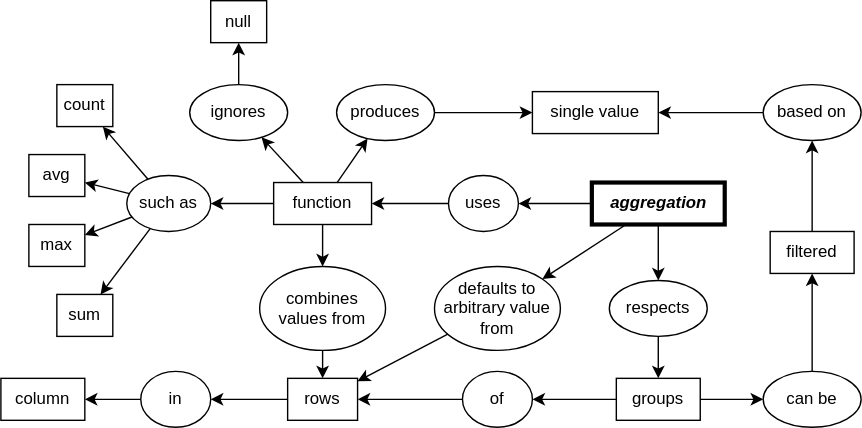
gvwilson/sql-tutorial keeps this draw.io diagram as res/img/concept_map_aggregate.svg. Above is the earlier version. Source tidied: cells renumbered, new cells last; positions are measured from the earlier drawing's top-left corner, leaving out a move shared by most shapes.
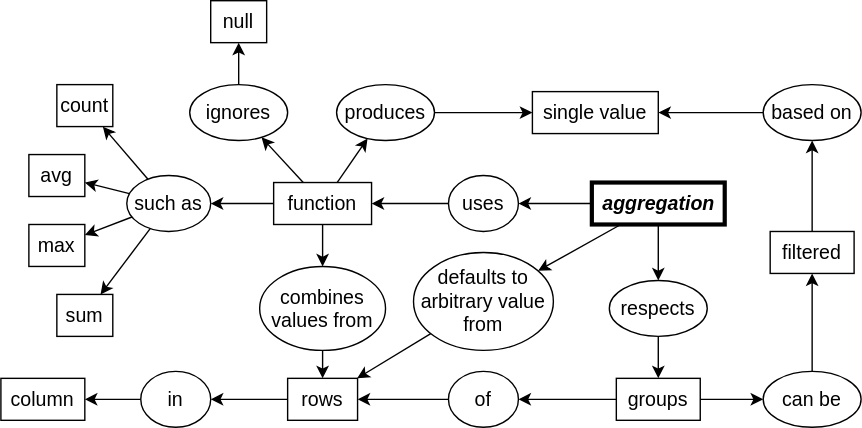
After the change.

The edit, as a diff of the source:
```diff
@@ -2,148 +2,148 @@
   <root>
     <mxCell id="0" />
     <mxCell id="1" parent="0" />
-    <mxCell id="2" value="&lt;i style=&quot;font-size: 12px;&quot;&gt;&lt;b style=&quot;font-size: 12px;&quot;&gt;aggregation&lt;/b&gt;&lt;/i&gt;" style="rounded=0;whiteSpace=wrap;html=1;fillColor=none;fontSize=12;strokeWidth=3;" parent="1" vertex="1">
+    <mxCell id="2" value="&lt;i style=&quot;font-size: 14px;&quot;&gt;&lt;b style=&quot;font-size: 14px;&quot;&gt;aggregation&lt;/b&gt;&lt;/i&gt;" style="rounded=0;whiteSpace=wrap;html=1;fillColor=none;fontSize=14;strokeWidth=3;" parent="1" vertex="1">
       <mxGeometry x="422.5" y="130" width="95" height="30" as="geometry" />
     </mxCell>
-    <mxCell id="3" value="combines&lt;br style=&quot;font-size: 12px;&quot;&gt;values from" style="ellipse;whiteSpace=wrap;html=1;fillColor=none;fontSize=12;" parent="1" vertex="1">
+    <mxCell id="3" value="combines&lt;br style=&quot;font-size: 14px;&quot;&gt;values from" style="ellipse;whiteSpace=wrap;html=1;fillColor=none;fontSize=14;" parent="1" vertex="1">
       <mxGeometry x="185" y="190" width="90" height="60" as="geometry" />
     </mxCell>
-    <mxCell id="4" style="endArrow=classic;html=1;rounded=0;fontSize=12;" parent="1" edge="1" source="9" target="3">
+    <mxCell id="4" style="endArrow=classic;html=1;rounded=0;fontSize=14;" parent="1" edge="1" source="9" target="3">
       <mxGeometry relative="1" as="geometry" />
     </mxCell>
-    <mxCell id="5" value="rows" style="rounded=0;whiteSpace=wrap;html=1;fillColor=none;fontSize=12;" parent="1" vertex="1">
+    <mxCell id="5" value="rows" style="rounded=0;whiteSpace=wrap;html=1;fillColor=none;fontSize=14;" parent="1" vertex="1">
       <mxGeometry x="205" y="270" width="50" height="30" as="geometry" />
     </mxCell>
-    <mxCell id="6" style="endArrow=classic;html=1;rounded=0;fontSize=12;" parent="1" edge="1" source="3" target="5">
+    <mxCell id="6" style="endArrow=classic;html=1;rounded=0;fontSize=14;" parent="1" edge="1" source="3" target="5">
       <mxGeometry relative="1" as="geometry" />
     </mxCell>
-    <mxCell id="7" value="uses" style="ellipse;whiteSpace=wrap;html=1;fillColor=none;fontSize=12;" parent="1" vertex="1">
+    <mxCell id="7" value="uses" style="ellipse;whiteSpace=wrap;html=1;fillColor=none;fontSize=14;" parent="1" vertex="1">
       <mxGeometry x="320" y="125" width="50" height="40" as="geometry" />
     </mxCell>
-    <mxCell id="8" style="endArrow=classic;html=1;rounded=0;fontSize=12;" parent="1" edge="1" source="2" target="7">
+    <mxCell id="8" style="endArrow=classic;html=1;rounded=0;fontSize=14;" parent="1" edge="1" source="2" target="7">
       <mxGeometry relative="1" as="geometry" />
     </mxCell>
-    <mxCell id="9" value="function" style="rounded=0;whiteSpace=wrap;html=1;fillColor=none;fontSize=12;" parent="1" vertex="1">
+    <mxCell id="9" value="function" style="rounded=0;whiteSpace=wrap;html=1;fillColor=none;fontSize=14;" parent="1" vertex="1">
       <mxGeometry x="195" y="130" width="70" height="30" as="geometry" />
     </mxCell>
-    <mxCell id="10" style="endArrow=classic;html=1;rounded=0;fontSize=12;" parent="1" edge="1" source="7" target="9">
+    <mxCell id="10" style="endArrow=classic;html=1;rounded=0;fontSize=14;" parent="1" edge="1" source="7" target="9">
       <mxGeometry relative="1" as="geometry" />
     </mxCell>
-    <mxCell id="11" value="such as" style="ellipse;whiteSpace=wrap;html=1;fillColor=none;fontSize=12;" parent="1" vertex="1">
+    <mxCell id="11" value="such as" style="ellipse;whiteSpace=wrap;html=1;fillColor=none;fontSize=14;" parent="1" vertex="1">
       <mxGeometry x="90" y="125" width="60" height="40" as="geometry" />
     </mxCell>
-    <mxCell id="12" style="endArrow=classic;html=1;rounded=0;fontSize=12;" parent="1" edge="1" source="9" target="11">
+    <mxCell id="12" style="endArrow=classic;html=1;rounded=0;fontSize=14;" parent="1" edge="1" source="9" target="11">
       <mxGeometry relative="1" as="geometry" />
     </mxCell>
-    <mxCell id="13" value="sum" style="rounded=0;whiteSpace=wrap;html=1;fillColor=none;fontSize=12;" parent="1" vertex="1">
+    <mxCell id="13" value="sum" style="rounded=0;whiteSpace=wrap;html=1;fillColor=none;fontSize=14;" parent="1" vertex="1">
       <mxGeometry x="40" y="210" width="40" height="30" as="geometry" />
     </mxCell>
-    <mxCell id="14" value="max" style="rounded=0;whiteSpace=wrap;html=1;fillColor=none;fontSize=12;" parent="1" vertex="1">
+    <mxCell id="14" value="max" style="rounded=0;whiteSpace=wrap;html=1;fillColor=none;fontSize=14;" parent="1" vertex="1">
       <mxGeometry x="20" y="160" width="40" height="30" as="geometry" />
     </mxCell>
-    <mxCell id="15" value="avg" style="rounded=0;whiteSpace=wrap;html=1;fillColor=none;fontSize=12;" parent="1" vertex="1">
+    <mxCell id="15" value="avg" style="rounded=0;whiteSpace=wrap;html=1;fillColor=none;fontSize=14;" parent="1" vertex="1">
       <mxGeometry x="20" y="110" width="40" height="30" as="geometry" />
     </mxCell>
-    <mxCell id="16" value="count" style="rounded=0;whiteSpace=wrap;html=1;fillColor=none;fontSize=12;" parent="1" vertex="1">
+    <mxCell id="16" value="count" style="rounded=0;whiteSpace=wrap;html=1;fillColor=none;fontSize=14;" parent="1" vertex="1">
       <mxGeometry x="40" y="60" width="40" height="30" as="geometry" />
     </mxCell>
-    <mxCell id="17" style="endArrow=classic;html=1;rounded=0;fontSize=12;" parent="1" edge="1" source="11" target="16">
+    <mxCell id="17" style="endArrow=classic;html=1;rounded=0;fontSize=14;" parent="1" edge="1" source="11" target="16">
       <mxGeometry relative="1" as="geometry" />
     </mxCell>
-    <mxCell id="18" style="endArrow=classic;html=1;rounded=0;fontSize=12;" parent="1" edge="1" source="11" target="15">
+    <mxCell id="18" style="endArrow=classic;html=1;rounded=0;fontSize=14;" parent="1" edge="1" source="11" target="15">
       <mxGeometry relative="1" as="geometry" />
     </mxCell>
-    <mxCell id="19" style="endArrow=classic;html=1;rounded=0;fontSize=12;" parent="1" edge="1" source="11" target="14">
+    <mxCell id="19" style="endArrow=classic;html=1;rounded=0;fontSize=14;" parent="1" edge="1" source="11" target="14">
       <mxGeometry relative="1" as="geometry" />
     </mxCell>
-    <mxCell id="20" style="endArrow=classic;html=1;rounded=0;fontSize=12;" parent="1" edge="1" source="11" target="13">
+    <mxCell id="20" style="endArrow=classic;html=1;rounded=0;fontSize=14;" parent="1" edge="1" source="11" target="13">
       <mxGeometry relative="1" as="geometry" />
     </mxCell>
-    <mxCell id="21" value="column" style="rounded=0;whiteSpace=wrap;html=1;fillColor=none;fontSize=12;" parent="1" vertex="1">
+    <mxCell id="21" value="column" style="rounded=0;whiteSpace=wrap;html=1;fillColor=none;fontSize=14;" parent="1" vertex="1">
       <mxGeometry y="270" width="60" height="30" as="geometry" />
     </mxCell>
-    <mxCell id="22" value="in" style="ellipse;whiteSpace=wrap;html=1;fillColor=none;fontSize=12;" parent="1" vertex="1">
+    <mxCell id="22" value="in" style="ellipse;whiteSpace=wrap;html=1;fillColor=none;fontSize=14;" parent="1" vertex="1">
       <mxGeometry x="100" y="265" width="50" height="40" as="geometry" />
     </mxCell>
-    <mxCell id="23" style="endArrow=classic;html=1;rounded=0;fontSize=12;" parent="1" edge="1" source="5" target="22">
+    <mxCell id="23" style="endArrow=classic;html=1;rounded=0;fontSize=14;" parent="1" edge="1" source="5" target="22">
       <mxGeometry relative="1" as="geometry" />
     </mxCell>
-    <mxCell id="24" style="endArrow=classic;html=1;rounded=0;fontSize=12;" parent="1" edge="1" source="22" target="21">
+    <mxCell id="24" style="endArrow=classic;html=1;rounded=0;fontSize=14;" parent="1" edge="1" source="22" target="21">
       <mxGeometry relative="1" as="geometry" />
     </mxCell>
-    <mxCell id="25" value="respects" style="ellipse;whiteSpace=wrap;html=1;fillColor=none;fontSize=12;" parent="1" vertex="1">
+    <mxCell id="25" value="respects" style="ellipse;whiteSpace=wrap;html=1;fillColor=none;fontSize=14;" parent="1" vertex="1">
       <mxGeometry x="435" y="200" width="70" height="40" as="geometry" />
     </mxCell>
-    <mxCell id="26" style="endArrow=classic;html=1;rounded=0;fontSize=12;" parent="1" edge="1" source="2" target="25">
+    <mxCell id="26" style="endArrow=classic;html=1;rounded=0;fontSize=14;" parent="1" edge="1" source="2" target="25">
       <mxGeometry relative="1" as="geometry" />
     </mxCell>
-    <mxCell id="27" value="groups" style="rounded=0;whiteSpace=wrap;html=1;fillColor=none;fontSize=12;" parent="1" vertex="1">
+    <mxCell id="27" value="groups" style="rounded=0;whiteSpace=wrap;html=1;fillColor=none;fontSize=14;" parent="1" vertex="1">
       <mxGeometry x="440" y="270" width="60" height="30" as="geometry" />
     </mxCell>
-    <mxCell id="28" style="endArrow=classic;html=1;rounded=0;fontSize=12;" parent="1" edge="1" source="25" target="27">
+    <mxCell id="28" style="endArrow=classic;html=1;rounded=0;fontSize=14;" parent="1" edge="1" source="25" target="27">
       <mxGeometry relative="1" as="geometry" />
     </mxCell>
-    <mxCell id="29" value="of" style="ellipse;whiteSpace=wrap;html=1;fillColor=none;fontSize=12;" parent="1" vertex="1">
-      <mxGeometry x="330" y="265" width="50" height="40" as="geometry" />
+    <mxCell id="29" value="of" style="ellipse;whiteSpace=wrap;html=1;fillColor=none;fontSize=14;" parent="1" vertex="1">
+      <mxGeometry x="320" y="265" width="50" height="40" as="geometry" />
     </mxCell>
-    <mxCell id="30" style="endArrow=classic;html=1;rounded=0;fontSize=12;" parent="1" edge="1" source="27" target="29">
+    <mxCell id="30" style="endArrow=classic;html=1;rounded=0;fontSize=14;" parent="1" edge="1" source="27" target="29">
       <mxGeometry relative="1" as="geometry" />
     </mxCell>
-    <mxCell id="31" style="endArrow=classic;html=1;rounded=0;fontSize=12;" parent="1" edge="1" source="29" target="5">
+    <mxCell id="31" style="endArrow=classic;html=1;rounded=0;fontSize=14;" parent="1" edge="1" source="29" target="5">
       <mxGeometry relative="1" as="geometry" />
     </mxCell>
-    <mxCell id="32" value="single value" style="rounded=0;whiteSpace=wrap;html=1;fillColor=none;fontSize=12;" parent="1" vertex="1">
+    <mxCell id="32" value="single value" style="rounded=0;whiteSpace=wrap;html=1;fillColor=none;fontSize=14;" parent="1" vertex="1">
       <mxGeometry x="380" y="65" width="90" height="30" as="geometry" />
     </mxCell>
-    <mxCell id="33" value="produces" style="ellipse;whiteSpace=wrap;html=1;fillColor=none;fontSize=12;" parent="1" vertex="1">
+    <mxCell id="33" value="produces" style="ellipse;whiteSpace=wrap;html=1;fillColor=none;fontSize=14;" parent="1" vertex="1">
       <mxGeometry x="240" y="60" width="70" height="40" as="geometry" />
     </mxCell>
-    <mxCell id="34" style="endArrow=classic;html=1;rounded=0;fontSize=12;" parent="1" edge="1" source="9" target="33">
+    <mxCell id="34" style="endArrow=classic;html=1;rounded=0;fontSize=14;" parent="1" edge="1" source="9" target="33">
       <mxGeometry relative="1" as="geometry" />
     </mxCell>
-    <mxCell id="35" style="endArrow=classic;html=1;rounded=0;fontSize=12;" parent="1" edge="1" source="33" target="32">
+    <mxCell id="35" style="endArrow=classic;html=1;rounded=0;fontSize=14;" parent="1" edge="1" source="33" target="32">
       <mxGeometry relative="1" as="geometry" />
     </mxCell>
-    <mxCell id="36" value="can be" style="ellipse;whiteSpace=wrap;html=1;fillColor=none;fontSize=12;" parent="1" vertex="1">
+    <mxCell id="36" value="can be" style="ellipse;whiteSpace=wrap;html=1;fillColor=none;fontSize=14;" parent="1" vertex="1">
       <mxGeometry x="545" y="265" width="70" height="40" as="geometry" />
     </mxCell>
-    <mxCell id="37" style="endArrow=classic;html=1;rounded=0;fontSize=12;" parent="1" edge="1" source="27" target="36">
+    <mxCell id="37" style="endArrow=classic;html=1;rounded=0;fontSize=14;" parent="1" edge="1" source="27" target="36">
       <mxGeometry relative="1" as="geometry" />
     </mxCell>
-    <mxCell id="38" value="filtered" style="rounded=0;whiteSpace=wrap;html=1;fillColor=none;fontSize=12;" parent="1" vertex="1">
+    <mxCell id="38" value="filtered" style="rounded=0;whiteSpace=wrap;html=1;fillColor=none;fontSize=14;" parent="1" vertex="1">
       <mxGeometry x="550" y="165" width="60" height="30" as="geometry" />
     </mxCell>
-    <mxCell id="39" style="endArrow=classic;html=1;rounded=0;fontSize=12;" parent="1" edge="1" source="36" target="38">
+    <mxCell id="39" style="endArrow=classic;html=1;rounded=0;fontSize=14;" parent="1" edge="1" source="36" target="38">
       <mxGeometry relative="1" as="geometry" />
     </mxCell>
-    <mxCell id="40" value="based on" style="ellipse;whiteSpace=wrap;html=1;fillColor=none;fontSize=12;" parent="1" vertex="1">
+    <mxCell id="40" value="based on" style="ellipse;whiteSpace=wrap;html=1;fillColor=none;fontSize=14;" parent="1" vertex="1">
       <mxGeometry x="545" y="60" width="70" height="40" as="geometry" />
     </mxCell>
-    <mxCell id="41" style="endArrow=classic;html=1;rounded=0;fontSize=12;" parent="1" edge="1" source="38" target="40">
+    <mxCell id="41" style="endArrow=classic;html=1;rounded=0;fontSize=14;" parent="1" edge="1" source="38" target="40">
       <mxGeometry relative="1" as="geometry" />
     </mxCell>
-    <mxCell id="42" style="endArrow=classic;html=1;rounded=0;fontSize=12;" parent="1" edge="1" source="40" target="32">
+    <mxCell id="42" style="endArrow=classic;html=1;rounded=0;fontSize=14;" parent="1" edge="1" source="40" target="32">
       <mxGeometry relative="1" as="geometry" />
     </mxCell>
-    <mxCell id="43" value="ignores" style="ellipse;whiteSpace=wrap;html=1;fillColor=none;fontSize=12;" parent="1" vertex="1">
+    <mxCell id="43" value="ignores" style="ellipse;whiteSpace=wrap;html=1;fillColor=none;fontSize=14;" parent="1" vertex="1">
       <mxGeometry x="135" y="60" width="70" height="40" as="geometry" />
     </mxCell>
-    <mxCell id="44" value="null" style="rounded=0;whiteSpace=wrap;html=1;fillColor=none;fontSize=12;" parent="1" vertex="1">
+    <mxCell id="44" value="null" style="rounded=0;whiteSpace=wrap;html=1;fillColor=none;fontSize=14;" parent="1" vertex="1">
       <mxGeometry x="150" width="40" height="30" as="geometry" />
     </mxCell>
-    <mxCell id="45" style="endArrow=classic;html=1;rounded=0;fontSize=12;" parent="1" edge="1" source="43" target="44">
+    <mxCell id="45" style="endArrow=classic;html=1;rounded=0;fontSize=14;" parent="1" edge="1" source="43" target="44">
       <mxGeometry relative="1" as="geometry" />
     </mxCell>
-    <mxCell id="46" style="endArrow=classic;html=1;rounded=0;fontSize=12;" parent="1" edge="1" source="9" target="43">
+    <mxCell id="46" style="endArrow=classic;html=1;rounded=0;fontSize=14;" parent="1" edge="1" source="9" target="43">
       <mxGeometry relative="1" as="geometry" />
     </mxCell>
-    <mxCell id="47" value="defaults to&lt;br&gt;arbitrary value&lt;br&gt;from" style="ellipse;whiteSpace=wrap;html=1;fillColor=none;fontSize=12;" parent="1" vertex="1">
-      <mxGeometry x="310" y="190" width="90" height="60" as="geometry" />
+    <mxCell id="47" value="defaults to&lt;br style=&quot;font-size: 14px;&quot;&gt;arbitrary value&lt;br style=&quot;font-size: 14px;&quot;&gt;from" style="ellipse;whiteSpace=wrap;html=1;fillColor=none;fontSize=14;" parent="1" vertex="1">
+      <mxGeometry x="295" y="180" width="100" height="70" as="geometry" />
     </mxCell>
-    <mxCell id="48" style="endArrow=classic;html=1;rounded=0;" parent="1" edge="1" source="2" target="47">
+    <mxCell id="48" style="endArrow=classic;html=1;rounded=0;fontSize=14;" parent="1" edge="1" source="2" target="47">
       <mxGeometry relative="1" as="geometry" />
     </mxCell>
-    <mxCell id="49" style="endArrow=classic;html=1;rounded=0;" parent="1" edge="1" source="47" target="5">
+    <mxCell id="49" style="endArrow=classic;html=1;rounded=0;fontSize=14;" parent="1" edge="1" source="47" target="5">
       <mxGeometry relative="1" as="geometry" />
     </mxCell>
   </root>
```
